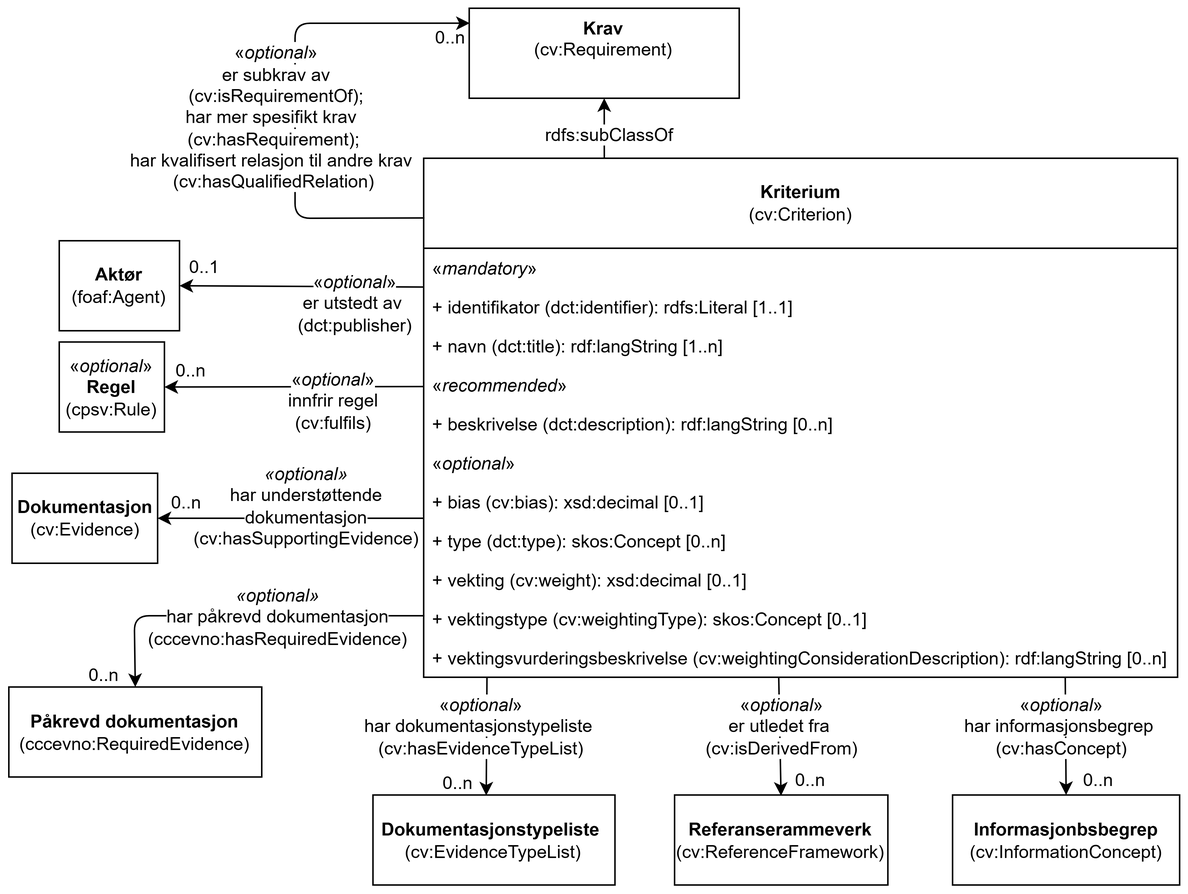
This is docs/images/KlassenKriterium.png from Informasjonsforvaltning/cccev-ap-no, a draw.io export, as it was before one commit. Source tidied: cells renumbered, new cells last; positions are measured from the earlier drawing's top-left corner, leaving out a move shared by most shapes.
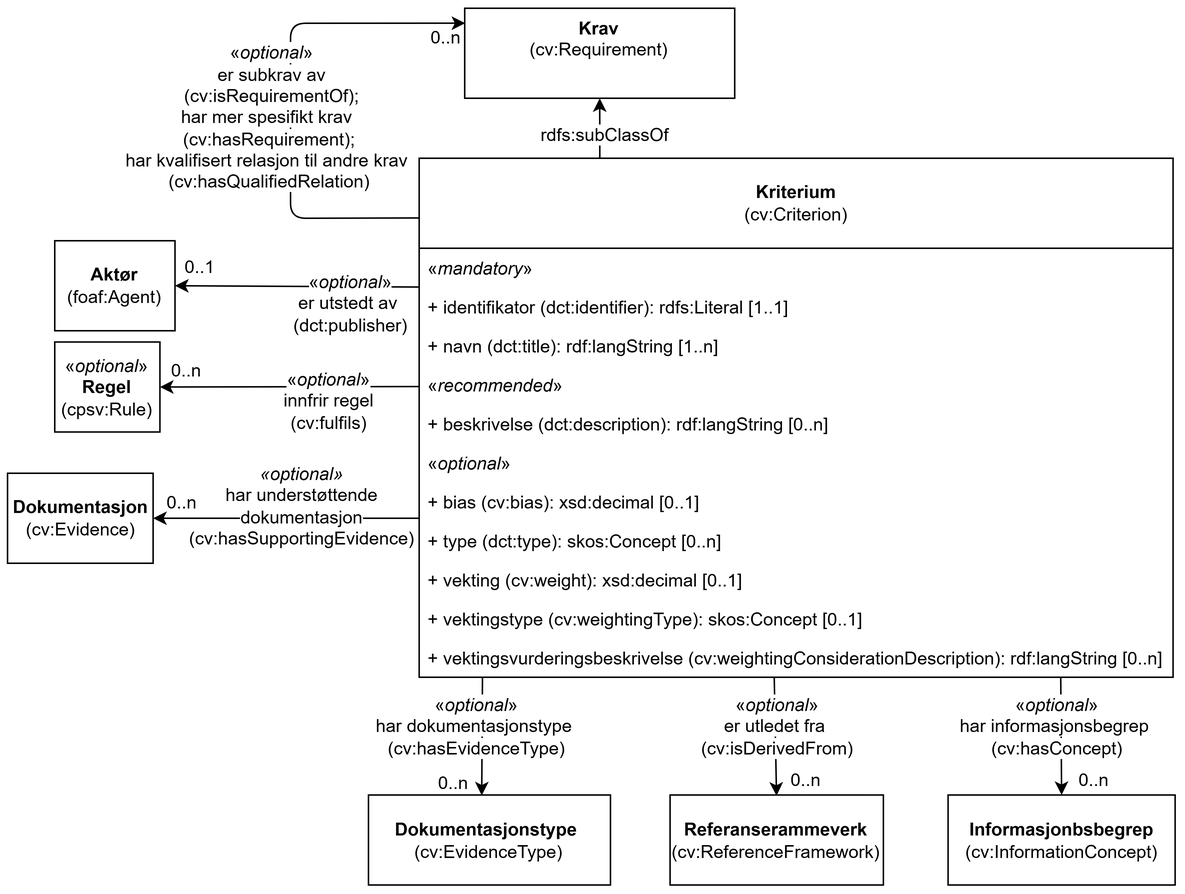
The same diagram one commit later.

Commit message:
Tar bort Påkrevd dokumentasjon

What changed in the source:
```diff
@@ -25,13 +25,13 @@
     <mxCell id="8" value="0..n" style="text;html=1;strokeColor=none;fillColor=none;align=center;verticalAlign=middle;whiteSpace=wrap;rounded=0;" parent="1" vertex="1">
       <mxGeometry x="713.5" y="504.5" width="26" height="20" as="geometry" />
     </mxCell>
-    <mxCell id="9" value="&lt;b&gt;Dokumentasjonstypeliste&amp;nbsp;&lt;br&gt;&lt;/b&gt;(cv:EvidenceTypeList)" style="rounded=0;whiteSpace=wrap;html=1;fillColor=none;strokeColor=#000000;" parent="1" vertex="1">
+    <mxCell id="9" value="&lt;b&gt;Dokumentasjonstype&amp;nbsp;&lt;br&gt;&lt;/b&gt;(cv:EvidenceType)" style="rounded=0;whiteSpace=wrap;html=1;fillColor=none;strokeColor=#000000;" parent="1" vertex="1">
       <mxGeometry x="243.1" y="524.5" width="161.3" height="60" as="geometry" />
     </mxCell>
     <mxCell id="10" style="endArrow=classic;html=1;rounded=0;exitX=0.084;exitY=0.985;exitDx=0;exitDy=0;exitPerimeter=0;entryX=0.468;entryY=0.005;entryDx=0;entryDy=0;entryPerimeter=0;" parent="1" edge="1" source="34" target="9">
       <mxGeometry relative="1" as="geometry" />
     </mxCell>
-    <mxCell id="11" value="&lt;span style=&quot;background-color: rgb(255, 255, 255);&quot;&gt;«&lt;i style=&quot;&quot;&gt;optional&lt;/i&gt;»&lt;br&gt;har dokumentasjonstypeliste&amp;nbsp;&lt;br&gt;(cv:hasEvidenceTypeList)&lt;/span&gt;" style="text;html=1;strokeColor=none;fillColor=none;align=center;verticalAlign=middle;whiteSpace=wrap;rounded=0;" parent="1" vertex="1">
+    <mxCell id="11" value="&lt;span style=&quot;background-color: rgb(255, 255, 255);&quot;&gt;«&lt;i style=&quot;&quot;&gt;optional&lt;/i&gt;»&lt;br&gt;har dokumentasjonstype&amp;nbsp;&lt;br&gt;(cv:hasEvidenceType)&lt;/span&gt;" style="text;html=1;strokeColor=none;fillColor=none;align=center;verticalAlign=middle;whiteSpace=wrap;rounded=0;" parent="1" vertex="1">
       <mxGeometry x="227.2" y="452.5" width="177.3" height="52" as="geometry" />
     </mxCell>
     <mxCell id="12" value="0..n" style="text;html=1;strokeColor=none;fillColor=none;align=center;verticalAlign=middle;whiteSpace=wrap;rounded=0;" parent="1" vertex="1">
@@ -143,21 +143,5 @@
     <mxCell id="43" value="0..n" style="text;html=1;strokeColor=none;fillColor=none;align=center;verticalAlign=middle;whiteSpace=wrap;rounded=0;" parent="1" vertex="1">
       <mxGeometry x="101.6" y="320" width="34" height="20" as="geometry" />
     </mxCell>
-    <mxCell id="44" value="&lt;b&gt;Påkrevd dokumentasjon&lt;/b&gt;&lt;br&gt;(cccevno:RequiredEvidence)" style="rounded=0;whiteSpace=wrap;html=1;fillColor=none;strokeColor=#000000;" parent="1" vertex="1">
-      <mxGeometry x="0.4" y="452.5" width="168.6" height="60" as="geometry" />
-    </mxCell>
-    <mxCell id="45" style="endArrow=classic;html=1;rounded=1;exitX=0.001;exitY=0.423;exitDx=0;exitDy=0;exitPerimeter=0;entryX=0.5;entryY=0;entryDx=0;entryDy=0;curved=0;" parent="1" edge="1" source="33" target="44">
-      <mxGeometry relative="1" as="geometry">
-        <Array as="points">
-          <mxPoint x="84" y="405" />
-        </Array>
-      </mxGeometry>
-    </mxCell>
-    <mxCell id="46" value="&lt;span style=&quot;background-color: light-dark(#ffffff, var(--ge-dark-color, #121212));&quot;&gt;&lt;i&gt;«optional»&lt;br&gt;&lt;/i&gt;har påkrevd dokumentasjon&lt;br&gt;(cccevno:hasRequiredEvidence)&lt;/span&gt;" style="text;html=1;whiteSpace=wrap;strokeColor=none;fillColor=none;align=center;verticalAlign=middle;rounded=0;" parent="1" vertex="1">
-      <mxGeometry x="82.1" y="391" width="195.9" height="30" as="geometry" />
-    </mxCell>
-    <mxCell id="47" value="0..n" style="text;html=1;strokeColor=none;fillColor=none;align=center;verticalAlign=middle;whiteSpace=wrap;rounded=0;" parent="1" vertex="1">
-      <mxGeometry x="47.1" y="434.5" width="34" height="20" as="geometry" />
-    </mxCell>
   </root>
 </mxGraphModel>
```
